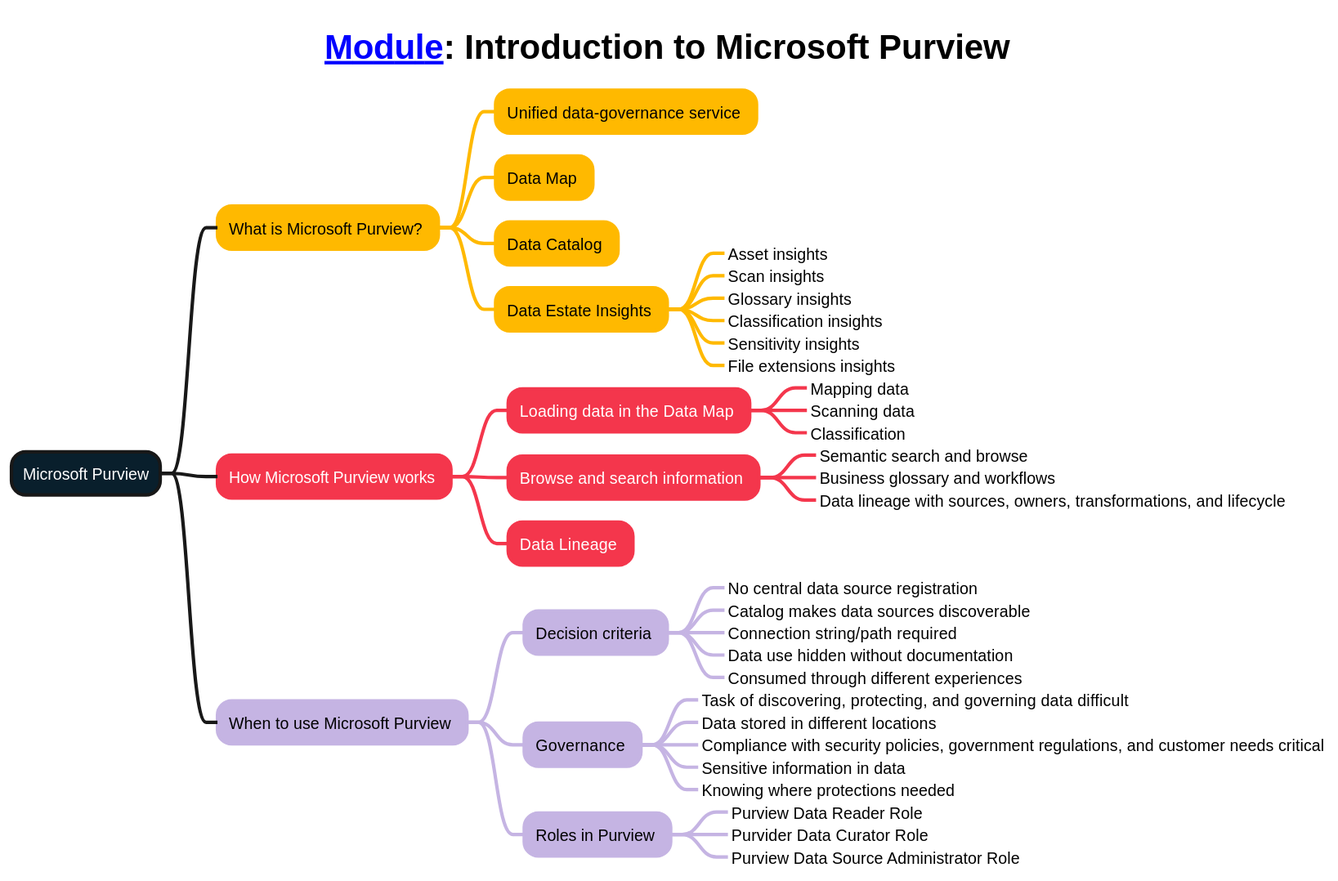
Earlier version of the PlantUML export mindmaps/20-Introduction to Microsoft Purview.svg (weslbo/dp-203).
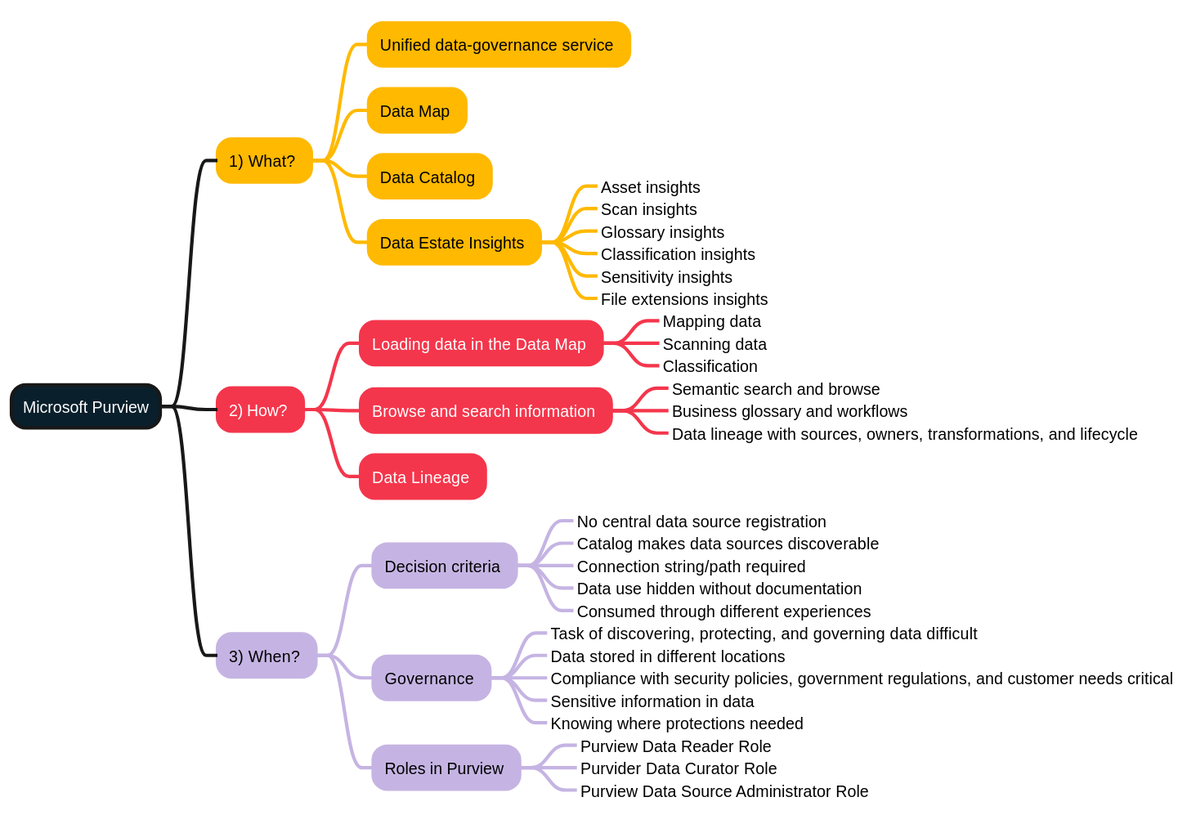
After the commit.

Change to the diagram source:
```diff
@@ -1,50 +1,43 @@
 @startmindmap
 <style>
-title {
-        FontSize 30
-        FontColor #000000
-    }
-mindmapDiagram {
-    :depth(0) {
-        BackgroundColor #091f2c
-        FontColor #ffffff
-        LineThickness 3.0
-    }
-    .topic1 {
-        BackgroundColor #ffb900
-        LineColor #ffb900
-        LineThickness 3.0
-        FontColor #000000
-    }
-    .topic2 {
-        BackgroundColor #f4364c
-        LineColor #f4364c
-        LineThickness 3.0
-        FontColor #ffffff
-    }
-    .topic3 {
-        BackgroundColor #c5b4e3
-        LineColor #c5b4e3
-        LineThickness 3.0
-        FontColor #000000
-    }
-    .topic4 {
-        BackgroundColor #e1d3c7
-        LineColor #e1d3c7
-        LineThickness 3.0
-        FontColor #000000
-    }
-    .topic5 {
-        BackgroundColor #07641d
-        LineColor #07641d
-        LineThickness 3.0
-        FontColor #ffffff
-    }
+:depth(0) {
+    BackgroundColor #091f2c
+    FontColor #ffffff
+    LineThickness 3.0
+}
+.topic1 {
+    BackgroundColor #ffb900
+    LineColor #ffb900
+    LineThickness 3.0
+    FontColor #000000
+}
+.topic2 {
+    BackgroundColor #f4364c
+    LineColor #f4364c
+    LineThickness 3.0
+    FontColor #ffffff
+}
+.topic3 {
+    BackgroundColor #c5b4e3
+    LineColor #c5b4e3
+    LineThickness 3.0
+    FontColor #000000
+}
+.topic4 {
+    BackgroundColor #e1d3c7
+    LineColor #e1d3c7
+    LineThickness 3.0
+    FontColor #000000
+}
+.topic5 {
+    BackgroundColor #07641d
+    LineColor #07641d
+    LineThickness 3.0
+    FontColor #ffffff
 }
 </style>
-title [[https://learn.microsoft.com/training/modules/intro-to-microsoft-purview/ Module]]: Introduction to Microsoft Purview
 + Microsoft Purview
-++ What is Microsoft Purview? <<topic1>>
+++ 1) What? <<topic1>>
 +++ Unified data-governance service <<topic1>>
 +++ Data Map <<topic1>>
 +++ Data Catalog <<topic1>>
@@ -55,7 +48,7 @@
 ++++_ Classification insights
 ++++_ Sensitivity insights
 ++++_ File extensions insights
-++ How Microsoft Purview works <<topic2>>
+++ 2) How? <<topic2>>
 +++ Loading data in the Data Map <<topic2>>
 ++++_ Mapping data
 ++++_ Scanning data
@@ -65,7 +58,7 @@
 ++++_ Business glossary and workflows
 ++++_ Data lineage with sources, owners, transformations, and lifecycle
 +++ Data Lineage <<topic2>>
-++ When to use Microsoft Purview <<topic3>>
+++ 3) When? <<topic3>>
 +++ Decision criteria <<topic3>>
 ++++_ No central data source registration
 ++++_ Catalog makes data sources discoverable
```
